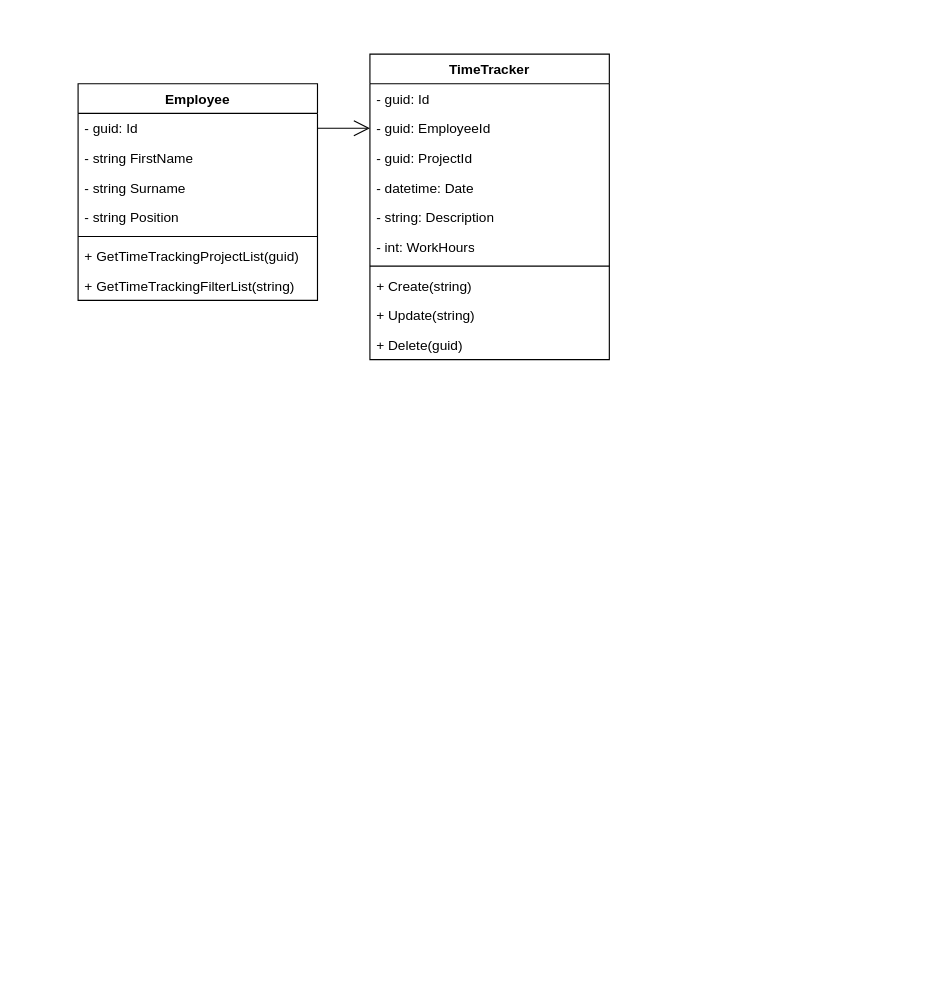
The draw.io diagram Description/TimeTrackingWorkSystem/TimeTrackingClassDiagram.drawio in Fox5113/corporate-social-system, before the edit. Source tidied: cells renumbered, new cells numbered last; positions are measured from the earlier drawing's top-left corner, leaving out a move shared by most shapes. Both pictures are drawn from the tidied source at 114%, with x=0, y=0 at pixel (78, 54).
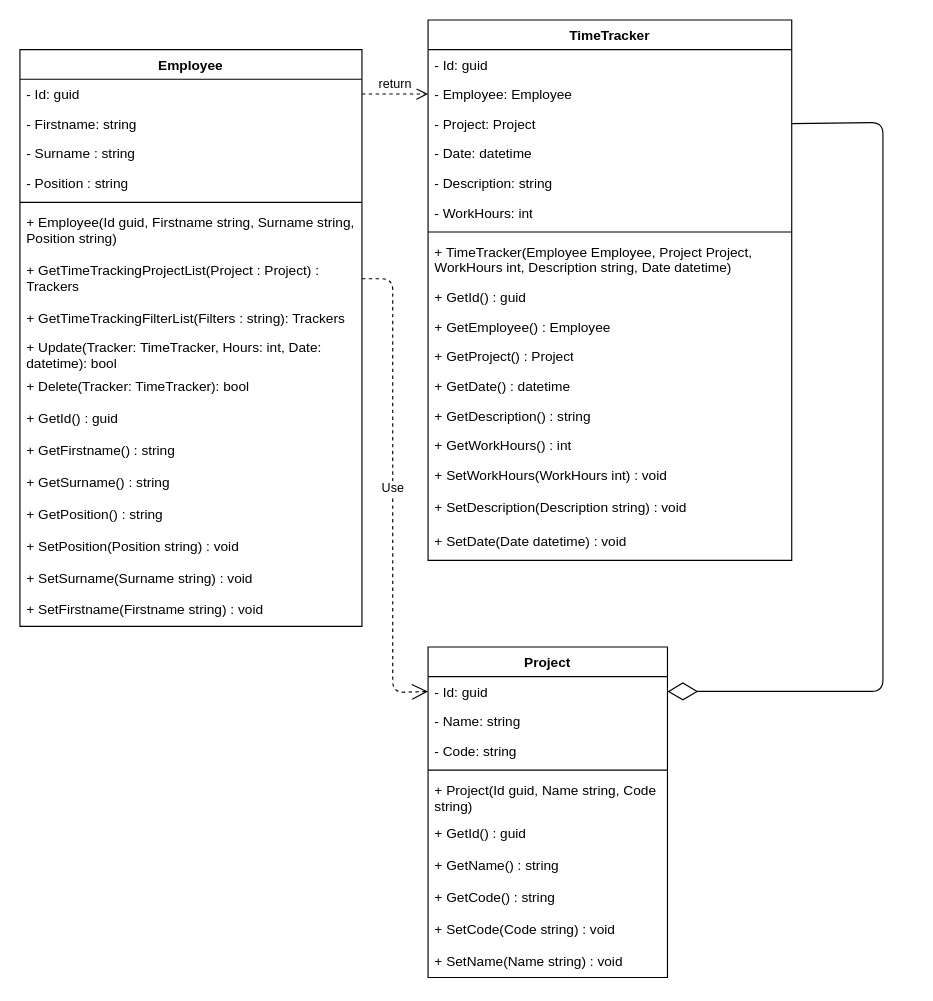
The same diagram, later.

Change to the diagram source:
```diff
@@
     <mxCell id="2" value="Employee" style="swimlane;fontStyle=1;align=center;verticalAlign=top;horizontal=1;startSize=26;whiteSpace=wrap;html=1;" parent="1" vertex="1">
-      <mxGeometry y="26" width="210" height="190" as="geometry" />
+      <mxGeometry x="-51" y="-4" width="300" height="506" as="geometry" />
     </mxCell>
-    <mxCell id="3" value="- guid: Id" style="text;strokeColor=none;fillColor=none;align=left;verticalAlign=top;spacingLeft=4;spacingRight=4;overflow=hidden;points=[[0,0.5],[1,0.5]];portConstraint=eastwest;whiteSpace=wrap;html=1;" parent="2" vertex="1">
-      <mxGeometry y="26" width="210" height="26" as="geometry" />
+    <mxCell id="3" value="- Id: guid" style="text;strokeColor=none;fillColor=none;align=left;verticalAlign=top;spacingLeft=4;spacingRight=4;overflow=hidden;points=[[0,0.5],[1,0.5]];portConstraint=eastwest;whiteSpace=wrap;html=1;" parent="2" vertex="1">
+      <mxGeometry y="26" width="300" height="26" as="geometry" />
     </mxCell>
-    <mxCell id="4" value="- string FirstName" style="text;strokeColor=none;fillColor=none;align=left;verticalAlign=top;spacingLeft=4;spacingRight=4;overflow=hidden;whiteSpace=wrap;html=1;" parent="2" vertex="1">
-      <mxGeometry y="52" width="210" height="26" as="geometry" />
+    <mxCell id="4" value="- Firstname: string" style="text;strokeColor=none;fillColor=none;align=left;verticalAlign=top;spacingLeft=4;spacingRight=4;overflow=hidden;whiteSpace=wrap;html=1;" parent="2" vertex="1">
+      <mxGeometry y="52" width="300" height="26" as="geometry" />
     </mxCell>
-    <mxCell id="5" value="- string Surname" style="text;strokeColor=none;fillColor=none;align=left;verticalAlign=top;spacingLeft=4;spacingRight=4;overflow=hidden;whiteSpace=wrap;html=1;" parent="2" vertex="1">
-      <mxGeometry y="78" width="210" height="26" as="geometry" />
+    <mxCell id="5" value="- Surname : string&amp;nbsp;" style="text;strokeColor=none;fillColor=none;align=left;verticalAlign=top;spacingLeft=4;spacingRight=4;overflow=hidden;whiteSpace=wrap;html=1;" parent="2" vertex="1">
+      <mxGeometry y="78" width="300" height="26" as="geometry" />
     </mxCell>
-    <mxCell id="6" value="- string Position" style="text;strokeColor=none;fillColor=none;align=left;verticalAlign=top;spacingLeft=4;spacingRight=4;overflow=hidden;whiteSpace=wrap;html=1;" parent="2" vertex="1">
-      <mxGeometry y="104" width="210" height="26" as="geometry" />
+    <mxCell id="6" value="- Position : string" style="text;strokeColor=none;fillColor=none;align=left;verticalAlign=top;spacingLeft=4;spacingRight=4;overflow=hidden;whiteSpace=wrap;html=1;" parent="2" vertex="1">
+      <mxGeometry y="104" width="300" height="26" as="geometry" />
     </mxCell>
     <mxCell id="7" style="line;strokeWidth=1;fillColor=none;align=left;verticalAlign=middle;spacingTop=-1;spacingLeft=3;spacingRight=3;labelPosition=right;strokeColor=inherit;" parent="2" vertex="1">
-      <mxGeometry y="130" width="210" height="8" as="geometry" />
+      <mxGeometry y="130" width="300" height="8" as="geometry" />
     </mxCell>
+    <mxCell id="22" value="+ Employee(Id guid, Firstname string, Surname string, Position string)" style="text;strokeColor=none;fillColor=none;align=left;verticalAlign=top;spacingLeft=4;spacingRight=4;overflow=hidden;whiteSpace=wrap;html=1;" parent="2" vertex="1">
+      <mxGeometry y="138" width="300" height="42" as="geometry" />
+    </mxCell>
-    <mxCell id="8" value="+ GetTimeTrackingProjectList(guid)" style="text;strokeColor=none;fillColor=none;align=left;verticalAlign=top;spacingLeft=4;spacingRight=4;overflow=hidden;points=[[0,0.5],[1,0.5]];portConstraint=eastwest;whiteSpace=wrap;html=1;" parent="2" vertex="1">
-      <mxGeometry y="138" width="210" height="26" as="geometry" />
+    <mxCell id="8" value="+ GetTimeTrackingProjectList(Project : Project) : Trackers" style="text;strokeColor=none;fillColor=none;align=left;verticalAlign=top;spacingLeft=4;spacingRight=4;overflow=hidden;points=[[0,0.5],[1,0.5]];portConstraint=eastwest;whiteSpace=wrap;html=1;" parent="2" vertex="1">
+      <mxGeometry y="180" width="300" height="42" as="geometry" />
     </mxCell>
-    <mxCell id="9" value="+ GetTimeTrackingFilterList(string)" style="text;strokeColor=none;fillColor=none;align=left;verticalAlign=top;spacingLeft=4;spacingRight=4;overflow=hidden;whiteSpace=wrap;html=1;" parent="2" vertex="1">
-      <mxGeometry y="164" width="210" height="26" as="geometry" />
+    <mxCell id="9" value="+ GetTimeTrackingFilterList(Filters : string): Trackers" style="text;strokeColor=none;fillColor=none;align=left;verticalAlign=top;spacingLeft=4;spacingRight=4;overflow=hidden;whiteSpace=wrap;html=1;" parent="2" vertex="1">
+      <mxGeometry y="222" width="300" height="26" as="geometry" />
     </mxCell>
+    <mxCell id="19" value="+ Update(Tracker: TimeTracker, Hours: int, Date: datetime): bool" style="text;strokeColor=none;fillColor=none;align=left;verticalAlign=top;spacingLeft=4;spacingRight=4;overflow=hidden;whiteSpace=wrap;html=1;" parent="2" vertex="1">
+      <mxGeometry y="248" width="300" height="34" as="geometry" />
+    </mxCell>
+    <mxCell id="20" value="+ Delete(Tracker: TimeTracker): bool" style="text;strokeColor=none;fillColor=none;align=left;verticalAlign=top;spacingLeft=4;spacingRight=4;overflow=hidden;whiteSpace=wrap;html=1;" parent="2" vertex="1">
+      <mxGeometry y="282" width="300" height="28" as="geometry" />
+    </mxCell>
+    <mxCell id="23" value="+ GetId() : guid" style="text;strokeColor=none;fillColor=none;align=left;verticalAlign=top;spacingLeft=4;spacingRight=4;overflow=hidden;whiteSpace=wrap;html=1;" parent="2" vertex="1">
+      <mxGeometry y="310" width="300" height="28" as="geometry" />
+    </mxCell>
+    <mxCell id="24" value="+ GetFirstname() : string" style="text;strokeColor=none;fillColor=none;align=left;verticalAlign=top;spacingLeft=4;spacingRight=4;overflow=hidden;whiteSpace=wrap;html=1;" parent="2" vertex="1">
+      <mxGeometry y="338" width="300" height="28" as="geometry" />
+    </mxCell>
+    <mxCell id="25" value="+ GetSurname() : string" style="text;strokeColor=none;fillColor=none;align=left;verticalAlign=top;spacingLeft=4;spacingRight=4;overflow=hidden;whiteSpace=wrap;html=1;" parent="2" vertex="1">
+      <mxGeometry y="366" width="300" height="28" as="geometry" />
+    </mxCell>
+    <mxCell id="26" value="+ GetPosition() : string" style="text;strokeColor=none;fillColor=none;align=left;verticalAlign=top;spacingLeft=4;spacingRight=4;overflow=hidden;whiteSpace=wrap;html=1;" parent="2" vertex="1">
+      <mxGeometry y="394" width="300" height="28" as="geometry" />
+    </mxCell>
+    <mxCell id="27" value="+ SetPosition(Position string) : void" style="text;strokeColor=none;fillColor=none;align=left;verticalAlign=top;spacingLeft=4;spacingRight=4;overflow=hidden;whiteSpace=wrap;html=1;" parent="2" vertex="1">
+      <mxGeometry y="422" width="300" height="28" as="geometry" />
+    </mxCell>
+    <mxCell id="28" value="+ SetSurname(Surname string) : void" style="text;strokeColor=none;fillColor=none;align=left;verticalAlign=top;spacingLeft=4;spacingRight=4;overflow=hidden;whiteSpace=wrap;html=1;" parent="2" vertex="1">
+      <mxGeometry y="450" width="300" height="28" as="geometry" />
+    </mxCell>
+    <mxCell id="29" value="+ SetFirstname(Firstname string) : void" style="text;strokeColor=none;fillColor=none;align=left;verticalAlign=top;spacingLeft=4;spacingRight=4;overflow=hidden;whiteSpace=wrap;html=1;" parent="2" vertex="1">
+      <mxGeometry y="478" width="300" height="28" as="geometry" />
+    </mxCell>
     <mxCell id="10" value="TimeTracker" style="swimlane;fontStyle=1;align=center;verticalAlign=top;horizontal=1;startSize=26;whiteSpace=wrap;html=1;" parent="1" vertex="1">
-      <mxGeometry x="256" width="210" height="268" as="geometry" />
+      <mxGeometry x="307" y="-30" width="319" height="474" as="geometry" />
     </mxCell>
-    <mxCell id="11" value="- guid: Id" style="text;strokeColor=none;fillColor=none;align=left;verticalAlign=top;spacingLeft=4;spacingRight=4;overflow=hidden;whiteSpace=wrap;html=1;" parent="10" vertex="1">
-      <mxGeometry y="26" width="210" height="26" as="geometry" />
+    <mxCell id="11" value="- Id: guid" style="text;strokeColor=none;fillColor=none;align=left;verticalAlign=top;spacingLeft=4;spacingRight=4;overflow=hidden;whiteSpace=wrap;html=1;" parent="10" vertex="1">
+      <mxGeometry y="26" width="319" height="26" as="geometry" />
     </mxCell>
-    <mxCell id="12" value="- guid: EmployeeId" style="text;strokeColor=none;fillColor=none;align=left;verticalAlign=top;spacingLeft=4;spacingRight=4;overflow=hidden;points=[[0,0.5],[1,0.5]];portConstraint=eastwest;whiteSpace=wrap;html=1;" parent="10" vertex="1">
-      <mxGeometry y="52" width="210" height="26" as="geometry" />
+    <mxCell id="12" value="- Employee: Employee" style="text;strokeColor=none;fillColor=none;align=left;verticalAlign=top;spacingLeft=4;spacingRight=4;overflow=hidden;points=[[0,0.5],[1,0.5]];portConstraint=eastwest;whiteSpace=wrap;html=1;" parent="10" vertex="1">
+      <mxGeometry y="52" width="319" height="26" as="geometry" />
     </mxCell>
-    <mxCell id="13" value="- guid: ProjectId" style="text;strokeColor=none;fillColor=none;align=left;verticalAlign=top;spacingLeft=4;spacingRight=4;overflow=hidden;points=[[0,0.5],[1,0.5]];portConstraint=eastwest;whiteSpace=wrap;html=1;" parent="10" vertex="1">
-      <mxGeometry y="78" width="210" height="26" as="geometry" />
+    <mxCell id="13" value="- Project: Project" style="text;strokeColor=none;fillColor=none;align=left;verticalAlign=top;spacingLeft=4;spacingRight=4;overflow=hidden;points=[[0,0.5],[1,0.5]];portConstraint=eastwest;whiteSpace=wrap;html=1;" parent="10" vertex="1">
+      <mxGeometry y="78" width="319" height="26" as="geometry" />
     </mxCell>
-    <mxCell id="14" value="- datetime: Date" style="text;strokeColor=none;fillColor=none;align=left;verticalAlign=top;spacingLeft=4;spacingRight=4;overflow=hidden;whiteSpace=wrap;html=1;" parent="10" vertex="1">
-      <mxGeometry y="104" width="210" height="26" as="geometry" />
+    <mxCell id="14" value="- Date: datetime" style="text;strokeColor=none;fillColor=none;align=left;verticalAlign=top;spacingLeft=4;spacingRight=4;overflow=hidden;whiteSpace=wrap;html=1;" parent="10" vertex="1">
+      <mxGeometry y="104" width="319" height="26" as="geometry" />
     </mxCell>
-    <mxCell id="15" value="- string: Description" style="text;strokeColor=none;fillColor=none;align=left;verticalAlign=top;spacingLeft=4;spacingRight=4;overflow=hidden;whiteSpace=wrap;html=1;" parent="10" vertex="1">
-      <mxGeometry y="130" width="210" height="26" as="geometry" />
+    <mxCell id="15" value="- Description: string" style="text;strokeColor=none;fillColor=none;align=left;verticalAlign=top;spacingLeft=4;spacingRight=4;overflow=hidden;whiteSpace=wrap;html=1;" parent="10" vertex="1">
+      <mxGeometry y="130" width="319" height="26" as="geometry" />
     </mxCell>
-    <mxCell id="16" value="- int: WorkHours" style="text;strokeColor=none;fillColor=none;align=left;verticalAlign=top;spacingLeft=4;spacingRight=4;overflow=hidden;whiteSpace=wrap;html=1;" parent="10" vertex="1">
-      <mxGeometry y="156" width="210" height="26" as="geometry" />
+    <mxCell id="16" value="- WorkHours: int" style="text;strokeColor=none;fillColor=none;align=left;verticalAlign=top;spacingLeft=4;spacingRight=4;overflow=hidden;whiteSpace=wrap;html=1;" parent="10" vertex="1">
+      <mxGeometry y="156" width="319" height="26" as="geometry" />
     </mxCell>
-    <mxCell id="17" style="line;strokeWidth=1;fillColor=none;align=left;verticalAlign=middle;spacingTop=-1;spacingLeft=3;spacingRight=3;labelPosition=right;strokeColor=inherit;" parent="10" vertex="1">
-      <mxGeometry y="182" width="210" height="8" as="geometry" />
-    </mxCell>
-    <mxCell id="18" value="+ Create(string)" style="text;strokeColor=none;fillColor=none;align=left;verticalAlign=top;spacingLeft=4;spacingRight=4;overflow=hidden;whiteSpace=wrap;html=1;" parent="10" vertex="1">
-      <mxGeometry y="190" width="210" height="26" as="geometry" />
-    </mxCell>
-    <mxCell id="19" value="+ Update(string)" style="text;strokeColor=none;fillColor=none;align=left;verticalAlign=top;spacingLeft=4;spacingRight=4;overflow=hidden;whiteSpace=wrap;html=1;" parent="10" vertex="1">
-      <mxGeometry y="216" width="210" height="26" as="geometry" />
-    </mxCell>
-    <mxCell id="20" value="+ Delete(guid)" style="text;strokeColor=none;fillColor=none;align=left;verticalAlign=top;spacingLeft=4;spacingRight=4;overflow=hidden;whiteSpace=wrap;html=1;" parent="10" vertex="1">
-      <mxGeometry y="242" width="210" height="26" as="geometry" />
-    </mxCell>
+    <mxCell id="30" style="line;strokeWidth=1;fillColor=none;align=left;verticalAlign=middle;spacingTop=-1;spacingLeft=3;spacingRight=3;labelPosition=right;strokeColor=inherit;" parent="10" vertex="1">
+      <mxGeometry y="182" width="319" height="8" as="geometry" />
+    </mxCell>
+    <mxCell id="31" value="+ TimeTracker(Employee Employee, Project Project, WorkHours int, Description string, Date datetime)" style="text;strokeColor=none;fillColor=none;align=left;verticalAlign=top;spacingLeft=4;spacingRight=4;overflow=hidden;whiteSpace=wrap;html=1;" parent="10" vertex="1">
+      <mxGeometry y="190" width="319" height="40" as="geometry" />
+    </mxCell>
+    <mxCell id="32" value="+ GetId() : guid" style="text;strokeColor=none;fillColor=none;align=left;verticalAlign=top;spacingLeft=4;spacingRight=4;overflow=hidden;whiteSpace=wrap;html=1;" parent="10" vertex="1">
+      <mxGeometry y="230" width="319" height="26" as="geometry" />
+    </mxCell>
+    <mxCell id="33" value="+ GetEmployee() : Employee" style="text;strokeColor=none;fillColor=none;align=left;verticalAlign=top;spacingLeft=4;spacingRight=4;overflow=hidden;whiteSpace=wrap;html=1;" parent="10" vertex="1">
+      <mxGeometry y="256" width="319" height="26" as="geometry" />
+    </mxCell>
+    <mxCell id="34" value="+ GetProject() : Project" style="text;strokeColor=none;fillColor=none;align=left;verticalAlign=top;spacingLeft=4;spacingRight=4;overflow=hidden;whiteSpace=wrap;html=1;" parent="10" vertex="1">
+      <mxGeometry y="282" width="319" height="26" as="geometry" />
+    </mxCell>
+    <mxCell id="35" value="+ GetDate() : datetime" style="text;strokeColor=none;fillColor=none;align=left;verticalAlign=top;spacingLeft=4;spacingRight=4;overflow=hidden;whiteSpace=wrap;html=1;" parent="10" vertex="1">
+      <mxGeometry y="308" width="319" height="26" as="geometry" />
+    </mxCell>
+    <mxCell id="36" value="+ GetDescription() : string" style="text;strokeColor=none;fillColor=none;align=left;verticalAlign=top;spacingLeft=4;spacingRight=4;overflow=hidden;whiteSpace=wrap;html=1;" parent="10" vertex="1">
+      <mxGeometry y="334" width="319" height="26" as="geometry" />
+    </mxCell>
+    <mxCell id="37" value="+ GetWorkHours() : int" style="text;strokeColor=none;fillColor=none;align=left;verticalAlign=top;spacingLeft=4;spacingRight=4;overflow=hidden;whiteSpace=wrap;html=1;" parent="10" vertex="1">
+      <mxGeometry y="360" width="319" height="26" as="geometry" />
+    </mxCell>
+    <mxCell id="38" value="+ SetWorkHours(WorkHours int) : void" style="text;strokeColor=none;fillColor=none;align=left;verticalAlign=top;spacingLeft=4;spacingRight=4;overflow=hidden;whiteSpace=wrap;html=1;" parent="10" vertex="1">
+      <mxGeometry y="386" width="319" height="28" as="geometry" />
+    </mxCell>
+    <mxCell id="39" value="+ SetDescription(Description string) : void" style="text;strokeColor=none;fillColor=none;align=left;verticalAlign=top;spacingLeft=4;spacingRight=4;overflow=hidden;whiteSpace=wrap;html=1;" parent="10" vertex="1">
+      <mxGeometry y="414" width="319" height="30" as="geometry" />
+    </mxCell>
+    <mxCell id="40" value="+ SetDate(Date datetime) : void" style="text;strokeColor=none;fillColor=none;align=left;verticalAlign=top;spacingLeft=4;spacingRight=4;overflow=hidden;whiteSpace=wrap;html=1;" parent="10" vertex="1">
+      <mxGeometry y="444" width="319" height="30" as="geometry" />
+    </mxCell>
+    <mxCell id="41" value="Project" style="swimlane;fontStyle=1;align=center;verticalAlign=top;horizontal=1;startSize=26;whiteSpace=wrap;html=1;" parent="1" vertex="1">
+      <mxGeometry x="307" y="520" width="210" height="290" as="geometry" />
+    </mxCell>
+    <mxCell id="42" value="- Id: guid" style="text;strokeColor=none;fillColor=none;align=left;verticalAlign=top;spacingLeft=4;spacingRight=4;overflow=hidden;points=[[0,0.5],[1,0.5]];portConstraint=eastwest;whiteSpace=wrap;html=1;" parent="41" vertex="1">
+      <mxGeometry y="26" width="210" height="26" as="geometry" />
+    </mxCell>
+    <mxCell id="43" value="- Name: string" style="text;strokeColor=none;fillColor=none;align=left;verticalAlign=top;spacingLeft=4;spacingRight=4;overflow=hidden;whiteSpace=wrap;html=1;" parent="41" vertex="1">
+      <mxGeometry y="52" width="210" height="26" as="geometry" />
+    </mxCell>
+    <mxCell id="44" value="- Code: string" style="text;strokeColor=none;fillColor=none;align=left;verticalAlign=top;spacingLeft=4;spacingRight=4;overflow=hidden;whiteSpace=wrap;html=1;" parent="41" vertex="1">
+      <mxGeometry y="78" width="210" height="26" as="geometry" />
+    </mxCell>
+    <mxCell id="45" style="line;strokeWidth=1;fillColor=none;align=left;verticalAlign=middle;spacingTop=-1;spacingLeft=3;spacingRight=3;labelPosition=right;strokeColor=inherit;" parent="41" vertex="1">
+      <mxGeometry y="104" width="210" height="8" as="geometry" />
+    </mxCell>
+    <mxCell id="46" value="+ Project(Id guid, Name string, Code string)" style="text;strokeColor=none;fillColor=none;align=left;verticalAlign=top;spacingLeft=4;spacingRight=4;overflow=hidden;whiteSpace=wrap;html=1;" parent="41" vertex="1">
+      <mxGeometry y="112" width="210" height="38" as="geometry" />
+    </mxCell>
+    <mxCell id="47" value="+ GetId() : guid" style="text;strokeColor=none;fillColor=none;align=left;verticalAlign=top;spacingLeft=4;spacingRight=4;overflow=hidden;whiteSpace=wrap;html=1;" parent="41" vertex="1">
+      <mxGeometry y="150" width="210" height="28" as="geometry" />
+    </mxCell>
+    <mxCell id="48" value="+ GetName() : string" style="text;strokeColor=none;fillColor=none;align=left;verticalAlign=top;spacingLeft=4;spacingRight=4;overflow=hidden;whiteSpace=wrap;html=1;" parent="41" vertex="1">
+      <mxGeometry y="178" width="210" height="28" as="geometry" />
+    </mxCell>
+    <mxCell id="49" value="+ GetCode() : string" style="text;strokeColor=none;fillColor=none;align=left;verticalAlign=top;spacingLeft=4;spacingRight=4;overflow=hidden;whiteSpace=wrap;html=1;" parent="41" vertex="1">
+      <mxGeometry y="206" width="210" height="28" as="geometry" />
+    </mxCell>
+    <mxCell id="50" value="+ SetCode(Code string) : void" style="text;strokeColor=none;fillColor=none;align=left;verticalAlign=top;spacingLeft=4;spacingRight=4;overflow=hidden;whiteSpace=wrap;html=1;" parent="41" vertex="1">
+      <mxGeometry y="234" width="210" height="28" as="geometry" />
+    </mxCell>
+    <mxCell id="51" value="+ SetName(Name string) : void" style="text;strokeColor=none;fillColor=none;align=left;verticalAlign=top;spacingLeft=4;spacingRight=4;overflow=hidden;whiteSpace=wrap;html=1;" parent="41" vertex="1">
+      <mxGeometry y="262" width="210" height="28" as="geometry" />
+    </mxCell>
+    <mxCell id="52" style="endArrow=diamondThin;endFill=0;endSize=24;html=1;exitX=1;exitY=0.5;exitDx=0;exitDy=0;entryX=1;entryY=0.5;entryDx=0;entryDy=0;" parent="1" edge="1" source="13" target="42">
+      <mxGeometry relative="1" as="geometry">
+        <Array as="points">
+          <mxPoint x="706" y="60" />
+          <mxPoint x="706" y="190" />
+          <mxPoint x="706" y="559" />
+        </Array>
+      </mxGeometry>
+    </mxCell>
+    <mxCell id="53" value="Use" style="endArrow=open;endSize=12;dashed=1;html=1;exitX=1;exitY=0.5;exitDx=0;exitDy=0;entryX=0;entryY=0.5;entryDx=0;entryDy=0;" parent="1" edge="1" source="8" target="42">
+      <mxGeometry relative="1" as="geometry">
+        <Array as="points">
+          <mxPoint x="276" y="197" />
+          <mxPoint x="276" y="260" />
+          <mxPoint x="276" y="560" />
+        </Array>
+      </mxGeometry>
+    </mxCell>
-    <mxCell id="21" style="endArrow=open;endFill=1;endSize=12;html=1;entryX=0;entryY=0.5;entryDx=0;entryDy=0;exitX=1;exitY=0.5;exitDx=0;exitDy=0;" parent="1" edge="1" source="3" target="12">
+    <mxCell id="21" value="return" style="html=1;verticalAlign=bottom;endArrow=open;dashed=1;endSize=8;entryX=0;entryY=0.5;entryDx=0;entryDy=0;exitX=1;exitY=0.5;exitDx=0;exitDy=0;" parent="1" edge="1" source="3" target="12">
       <mxGeometry relative="1" as="geometry" />
     </mxCell>
```
